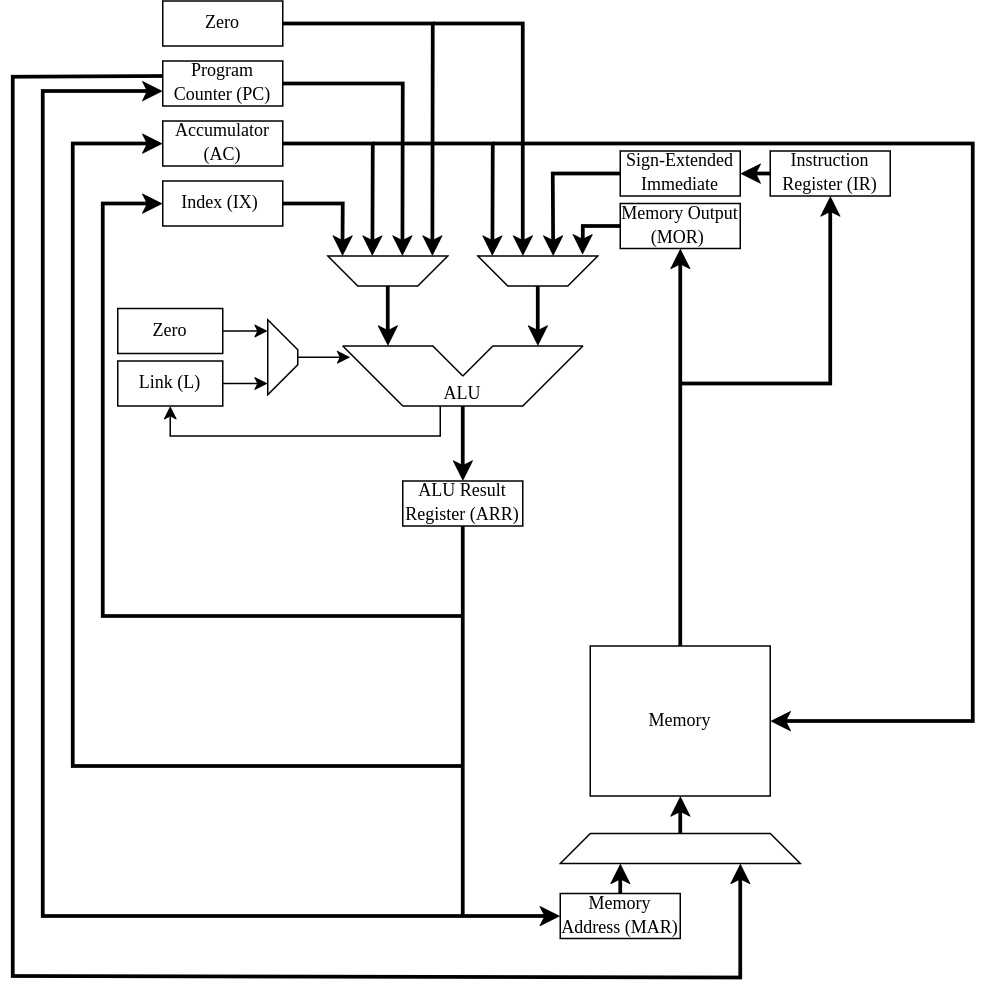
This is Documentation/BlockDiagram.png from slancaster44/SAM, a draw.io export, as it was before one commit. Source tidied: cells renumbered, new cells last; positions are measured from the earlier drawing's top-left corner, leaving out a move shared by most shapes.
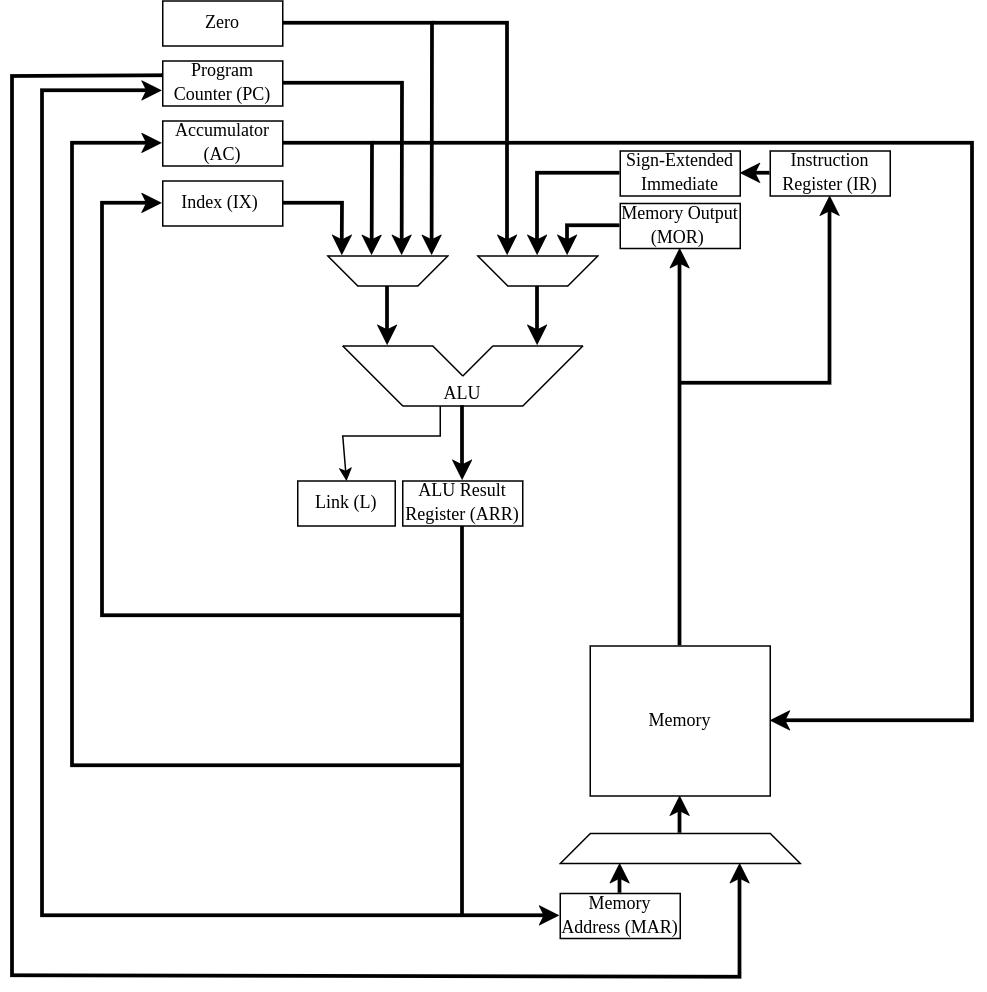
The same diagram one commit later.

What changed in the source:
```diff
@@ -115,22 +115,10 @@
     <mxCell id="23" value="&lt;font face=&quot;Times New Roman&quot;&gt;Memory Output (MOR)&amp;nbsp;&lt;/font&gt;" style="rounded=0;whiteSpace=wrap;html=1;" parent="1" vertex="1">
       <mxGeometry x="405" y="135" width="80" height="30" as="geometry" />
     </mxCell>
-    <mxCell id="24" style="endArrow=classic;html=1;rounded=0;strokeWidth=2.5;" parent="1" edge="1">
-      <mxGeometry relative="1" as="geometry">
-        <mxPoint x="280" y="15" as="sourcePoint" />
-        <mxPoint x="340" y="170" as="targetPoint" />
-        <Array as="points">
-          <mxPoint x="340" y="15" />
-          <mxPoint x="340" y="165" />
-          <mxPoint x="340" y="160" />
-        </Array>
-      </mxGeometry>
-    </mxCell>
-    <mxCell id="25" style="endArrow=classic;html=1;rounded=0;exitX=0;exitY=0.5;exitDx=0;exitDy=0;strokeWidth=2.5;entryX=0.371;entryY=1.092;entryDx=0;entryDy=0;entryPerimeter=0;" parent="1" edge="1" source="16">
+    <mxCell id="25" style="endArrow=classic;html=1;rounded=0;exitX=0;exitY=0.5;exitDx=0;exitDy=0;strokeWidth=2.5;entryX=0.5;entryY=1;entryDx=0;entryDy=0;" parent="1" edge="1" source="16" target="12">
       <mxGeometry relative="1" as="geometry">
-        <mxPoint x="360.3" y="170" as="targetPoint" />
         <Array as="points">
-          <mxPoint x="360" y="115" />
+          <mxPoint x="350" y="115" />
         </Array>
       </mxGeometry>
     </mxCell>
@@ -215,18 +203,8 @@
         </Array>
       </mxGeometry>
     </mxCell>
-    <mxCell id="42" style="endArrow=classic;html=1;rounded=0;exitX=0.5;exitY=0;exitDx=0;exitDy=0;" parent="1" edge="1" source="46">
-      <mxGeometry relative="1" as="geometry">
-        <mxPoint x="225" y="237.5" as="targetPoint" />
-      </mxGeometry>
-    </mxCell>
-    <mxCell id="43" style="edgeStyle=orthogonalEdgeStyle;rounded=0;jettySize=auto;html=1;exitX=1;exitY=0.5;exitDx=0;exitDy=0;" parent="1" edge="1" source="44">
-      <mxGeometry relative="1" as="geometry">
-        <mxPoint x="170" y="255" as="targetPoint" />
-      </mxGeometry>
-    </mxCell>
     <mxCell id="44" value="&lt;font face=&quot;Times New Roman&quot;&gt;Link (L)&lt;/font&gt;" style="rounded=0;whiteSpace=wrap;html=1;" parent="1" vertex="1">
-      <mxGeometry x="70" y="240" width="70" height="30" as="geometry" />
+      <mxGeometry x="190" y="320" width="65" height="30" as="geometry" />
     </mxCell>
     <mxCell id="45" style="endArrow=classic;html=1;rounded=0;strokeWidth=2.5;entryX=0;entryY=0.5;entryDx=0;entryDy=0;" parent="1" edge="1" target="15">
       <mxGeometry relative="1" as="geometry">
@@ -237,32 +215,11 @@
         </Array>
       </mxGeometry>
     </mxCell>
-    <mxCell id="46" style="shape=trapezoid;perimeter=trapezoidPerimeter;whiteSpace=wrap;html=1;fixedSize=1;rotation=90;" parent="1" vertex="1">
-      <mxGeometry x="155" y="227.5" width="50" height="20" as="geometry" />
-    </mxCell>
-    <mxCell id="47" style="edgeStyle=orthogonalEdgeStyle;rounded=0;jettySize=auto;html=1;exitX=1;exitY=0.5;exitDx=0;exitDy=0;" parent="1" edge="1" source="48">
-      <mxGeometry relative="1" as="geometry">
-        <mxPoint x="170" y="220" as="targetPoint" />
-      </mxGeometry>
-    </mxCell>
-    <mxCell id="48" value="&lt;div&gt;&lt;font face=&quot;Times New Roman&quot;&gt;Zero&lt;/font&gt;&lt;/div&gt;" style="rounded=0;whiteSpace=wrap;html=1;" parent="1" vertex="1">
-      <mxGeometry x="70" y="205" width="70" height="30" as="geometry" />
-    </mxCell>
-    <mxCell id="49" style="endArrow=classic;html=1;rounded=0;strokeWidth=2.5;" parent="1" edge="1">
-      <mxGeometry relative="1" as="geometry">
-        <mxPoint x="240" y="95" as="sourcePoint" />
-        <mxPoint x="319.8" y="170" as="targetPoint" />
-        <Array as="points">
-          <mxPoint x="320" y="95" />
-        </Array>
-      </mxGeometry>
-    </mxCell>
-    <mxCell id="50" style="endArrow=classic;html=1;rounded=0;entryX=0.5;entryY=1;entryDx=0;entryDy=0;exitX=0.25;exitY=1;exitDx=0;exitDy=0;" parent="1" edge="1" source="9" target="44">
+    <mxCell id="50" style="endArrow=classic;html=1;rounded=0;entryX=0.5;entryY=0;entryDx=0;entryDy=0;exitX=0.25;exitY=1;exitDx=0;exitDy=0;" parent="1" edge="1" source="9" target="44">
       <mxGeometry relative="1" as="geometry">
         <Array as="points">
           <mxPoint x="285" y="290" />
           <mxPoint x="220" y="290" />
-          <mxPoint x="105" y="290" />
         </Array>
       </mxGeometry>
     </mxCell>
@@ -271,19 +228,27 @@
     </mxCell>
     <mxCell id="52" style="endArrow=classic;html=1;rounded=0;strokeWidth=2.5;entryX=1;entryY=0.5;entryDx=0;entryDy=0;" parent="1" edge="1" target="26">
       <mxGeometry relative="1" as="geometry">
-        <mxPoint x="320" y="95" as="sourcePoint" />
+        <mxPoint x="240" y="95" as="sourcePoint" />
         <Array as="points">
           <mxPoint x="640" y="95" />
           <mxPoint x="640" y="480" />
         </Array>
       </mxGeometry>
     </mxCell>
-    <mxCell id="53" style="endArrow=classic;html=1;rounded=0;exitX=0;exitY=0.5;exitDx=0;exitDy=0;strokeWidth=2.5;entryX=0.126;entryY=1.042;entryDx=0;entryDy=0;entryPerimeter=0;" parent="1" edge="1" source="23" target="12">
+    <mxCell id="53" style="endArrow=classic;html=1;rounded=0;exitX=0;exitY=0.5;exitDx=0;exitDy=0;strokeWidth=2.5;entryX=0.25;entryY=1;entryDx=0;entryDy=0;" parent="1" edge="1" source="23" target="12">
       <mxGeometry relative="1" as="geometry">
         <Array as="points">
-          <mxPoint x="380" y="150" />
+          <mxPoint x="370" y="150" />
         </Array>
       </mxGeometry>
     </mxCell>
+    <mxCell id="54" style="endArrow=classic;html=1;rounded=0;strokeWidth=2.5;entryX=0.75;entryY=1;entryDx=0;entryDy=0;" parent="1" edge="1" target="12">
+      <mxGeometry relative="1" as="geometry">
+        <mxPoint x="280" y="15" as="sourcePoint" />
+        <Array as="points">
+          <mxPoint x="330" y="15" />
+        </Array>
+      </mxGeometry>
+    </mxCell>
   </root>
 </mxGraphModel>
```
